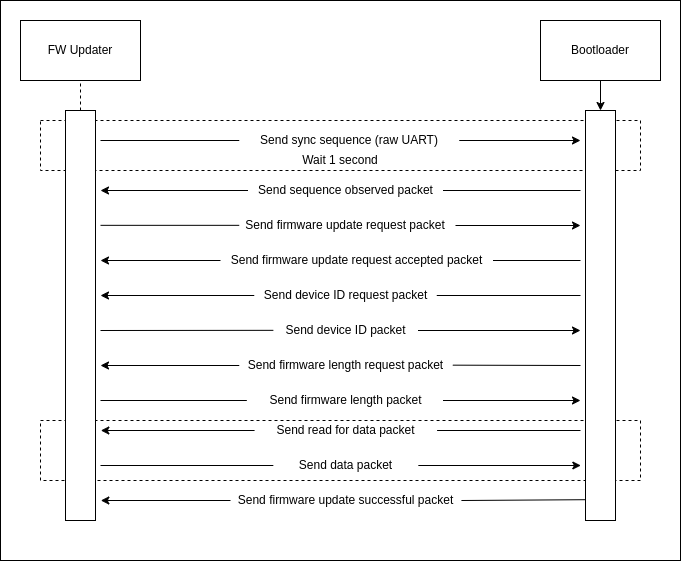
charlesnorman/bare-metal-serias keeps this draw.io diagram as notes/FirmwareUpdateSequence.png. Above is the earlier version. Source tidied: cells renumbered, new cells last; positions are measured from the earlier drawing's top-left corner, leaving out a move shared by most shapes.
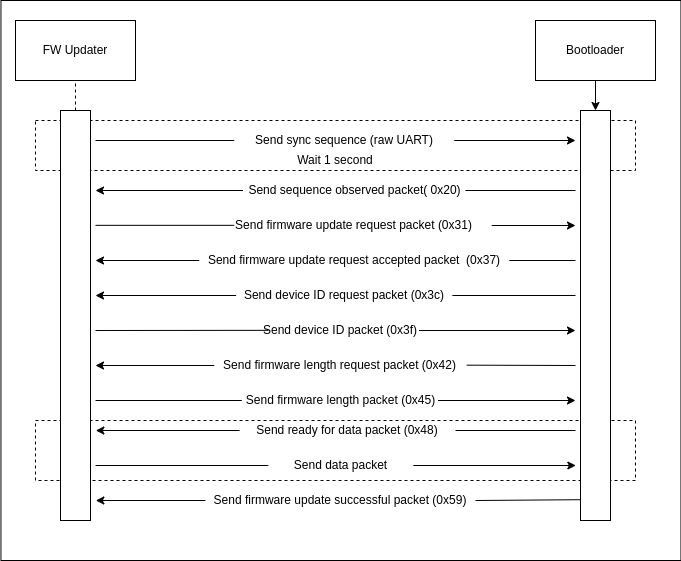
After the commit.

Diff of the diagram source:
```diff
@@ -3,7 +3,7 @@
     <mxCell id="0" />
     <mxCell id="1" parent="0" />
     <mxCell id="2" style="rounded=0;whiteSpace=wrap;html=1;" parent="1" vertex="1">
-      <mxGeometry width="680" height="560" as="geometry" />
+      <mxGeometry x="5.5" width="680" height="560" as="geometry" />
     </mxCell>
     <mxCell id="3" style="rounded=0;whiteSpace=wrap;html=1;dashed=1;" parent="1" vertex="1">
       <mxGeometry x="40" y="420" width="600" height="60" as="geometry" />
@@ -35,30 +35,30 @@
     <mxCell id="12" value="Wait 1 second" style="text;html=1;strokeColor=none;fillColor=none;align=center;verticalAlign=middle;whiteSpace=wrap;rounded=0;" parent="1" vertex="1">
       <mxGeometry x="290" y="150" width="100" height="20" as="geometry" />
     </mxCell>
-    <mxCell id="13" value="Send sequence observed packet" style="text;html=1;strokeColor=none;fillColor=none;align=center;verticalAlign=middle;whiteSpace=wrap;rounded=0;" parent="1" vertex="1">
-      <mxGeometry x="247.5" y="180" width="195" height="20" as="geometry" />
+    <mxCell id="13" value="Send sequence observed packet( 0x20)" style="text;html=1;strokeColor=none;fillColor=none;align=center;verticalAlign=middle;whiteSpace=wrap;rounded=0;" parent="1" vertex="1">
+      <mxGeometry x="247.5" y="180" width="222.5" height="20" as="geometry" />
     </mxCell>
     <mxCell id="14" style="endArrow=classic;html=1;exitX=0;exitY=0.5;exitDx=0;exitDy=0;" parent="1" edge="1" source="13">
       <mxGeometry relative="1" as="geometry">
         <mxPoint x="100" y="190" as="targetPoint" />
       </mxGeometry>
     </mxCell>
-    <mxCell id="15" value="Send firmware update request packet" style="text;html=1;strokeColor=none;fillColor=none;align=center;verticalAlign=middle;whiteSpace=wrap;rounded=0;" parent="1" vertex="1">
-      <mxGeometry x="235" y="215" width="220" height="20" as="geometry" />
+    <mxCell id="15" value="Send firmware update request packet (0x31)" style="text;html=1;strokeColor=none;fillColor=none;align=center;verticalAlign=middle;whiteSpace=wrap;rounded=0;" parent="1" vertex="1">
+      <mxGeometry x="221.2" y="215" width="275" height="20" as="geometry" />
     </mxCell>
-    <mxCell id="16" value="Send firmware update request accepted packet" style="text;html=1;strokeColor=none;fillColor=none;align=center;verticalAlign=middle;whiteSpace=wrap;rounded=0;" parent="1" vertex="1">
-      <mxGeometry x="220" y="250" width="272.5" height="20" as="geometry" />
+    <mxCell id="16" value="Send firmware update request accepted packet&amp;nbsp; (0x37)" style="text;html=1;strokeColor=none;fillColor=none;align=center;verticalAlign=middle;whiteSpace=wrap;rounded=0;" parent="1" vertex="1">
+      <mxGeometry x="203.8" y="250" width="310" height="20" as="geometry" />
     </mxCell>
-    <mxCell id="17" value="Send device ID request packet" style="text;html=1;strokeColor=none;fillColor=none;align=center;verticalAlign=middle;whiteSpace=wrap;rounded=0;" parent="1" vertex="1">
-      <mxGeometry x="253.8" y="285" width="182.5" height="20" as="geometry" />
+    <mxCell id="17" value="Send device ID request packet (0x3c)" style="text;html=1;strokeColor=none;fillColor=none;align=center;verticalAlign=middle;whiteSpace=wrap;rounded=0;" parent="1" vertex="1">
+      <mxGeometry x="240.6" y="285" width="216.2" height="20" as="geometry" />
     </mxCell>
-    <mxCell id="18" value="Send device ID packet" style="text;html=1;strokeColor=none;fillColor=none;align=center;verticalAlign=middle;whiteSpace=wrap;rounded=0;" parent="1" vertex="1">
-      <mxGeometry x="272.5" y="320" width="145" height="20" as="geometry" />
+    <mxCell id="18" value="Send device ID packet (0x3f)" style="text;html=1;strokeColor=none;fillColor=none;align=center;verticalAlign=middle;whiteSpace=wrap;rounded=0;" parent="1" vertex="1">
+      <mxGeometry x="266" y="320" width="157.5" height="20" as="geometry" />
     </mxCell>
-    <mxCell id="19" value="Send firmware length request packet" style="text;html=1;strokeColor=none;fillColor=none;align=center;verticalAlign=middle;whiteSpace=wrap;rounded=0;" parent="1" vertex="1">
-      <mxGeometry x="238.8" y="355" width="212.5" height="20" as="geometry" />
+    <mxCell id="19" value="Send firmware length request packet (0x42)" style="text;html=1;strokeColor=none;fillColor=none;align=center;verticalAlign=middle;whiteSpace=wrap;rounded=0;" parent="1" vertex="1">
+      <mxGeometry x="218.8" y="355" width="251.2" height="20" as="geometry" />
     </mxCell>
-    <mxCell id="20" value="Send firmware length packet" style="text;html=1;strokeColor=none;fillColor=none;align=center;verticalAlign=middle;whiteSpace=wrap;rounded=0;" parent="1" vertex="1">
+    <mxCell id="20" value="Send firmware length packet (0x45)" style="text;html=1;strokeColor=none;fillColor=none;align=center;verticalAlign=middle;whiteSpace=wrap;rounded=0;" parent="1" vertex="1">
       <mxGeometry x="247.5" y="390" width="195" height="20" as="geometry" />
     </mxCell>
     <mxCell id="21" style="endArrow=classic;html=1;exitX=1;exitY=0.5;exitDx=0;exitDy=0;" parent="1" edge="1" source="15">
@@ -94,11 +94,11 @@
     <mxCell id="27" value="Send data packet" style="text;html=1;strokeColor=none;fillColor=none;align=center;verticalAlign=middle;whiteSpace=wrap;rounded=0;" parent="1" vertex="1">
       <mxGeometry x="272.8" y="455" width="145" height="20" as="geometry" />
     </mxCell>
-    <mxCell id="28" value="Send read for data packet" style="text;html=1;strokeColor=none;fillColor=none;align=center;verticalAlign=middle;whiteSpace=wrap;rounded=0;" parent="1" vertex="1">
-      <mxGeometry x="254.1" y="420" width="182.5" height="20" as="geometry" />
+    <mxCell id="28" value="Send ready for data packet (0x48)" style="text;html=1;strokeColor=none;fillColor=none;align=center;verticalAlign=middle;whiteSpace=wrap;rounded=0;" parent="1" vertex="1">
+      <mxGeometry x="244.1" y="420" width="215.9" height="20" as="geometry" />
     </mxCell>
-    <mxCell id="29" value="Send firmware update successful packet" style="text;html=1;strokeColor=none;fillColor=none;align=center;verticalAlign=middle;whiteSpace=wrap;rounded=0;" parent="1" vertex="1">
-      <mxGeometry x="230" y="490" width="230.9" height="20" as="geometry" />
+    <mxCell id="29" value="Send firmware update successful packet (0x59)" style="text;html=1;strokeColor=none;fillColor=none;align=center;verticalAlign=middle;whiteSpace=wrap;rounded=0;" parent="1" vertex="1">
+      <mxGeometry x="210" y="490" width="270" height="20" as="geometry" />
     </mxCell>
     <mxCell id="30" style="endArrow=classic;html=1;exitX=0;exitY=0.5;exitDx=0;exitDy=0;" parent="1" edge="1" source="28">
       <mxGeometry relative="1" as="geometry">
```
